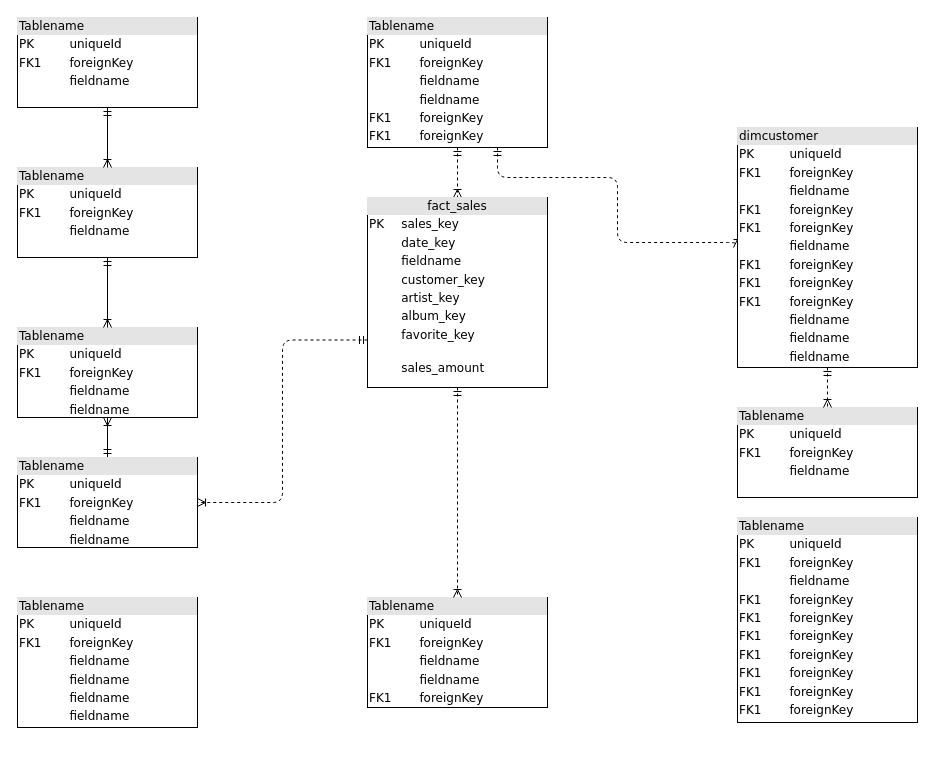
atinaanz/atina.schema keeps this draw.io diagram as Untitled Diagram.drawio. Above is the earlier version. Source tidied: cells renumbered, new cells numbered last; positions are measured from the earlier drawing's top-left corner, leaving out a move shared by most shapes. Both pictures are drawn from the tidied source at 100%, with x=0, y=0 at pixel (17, 17).
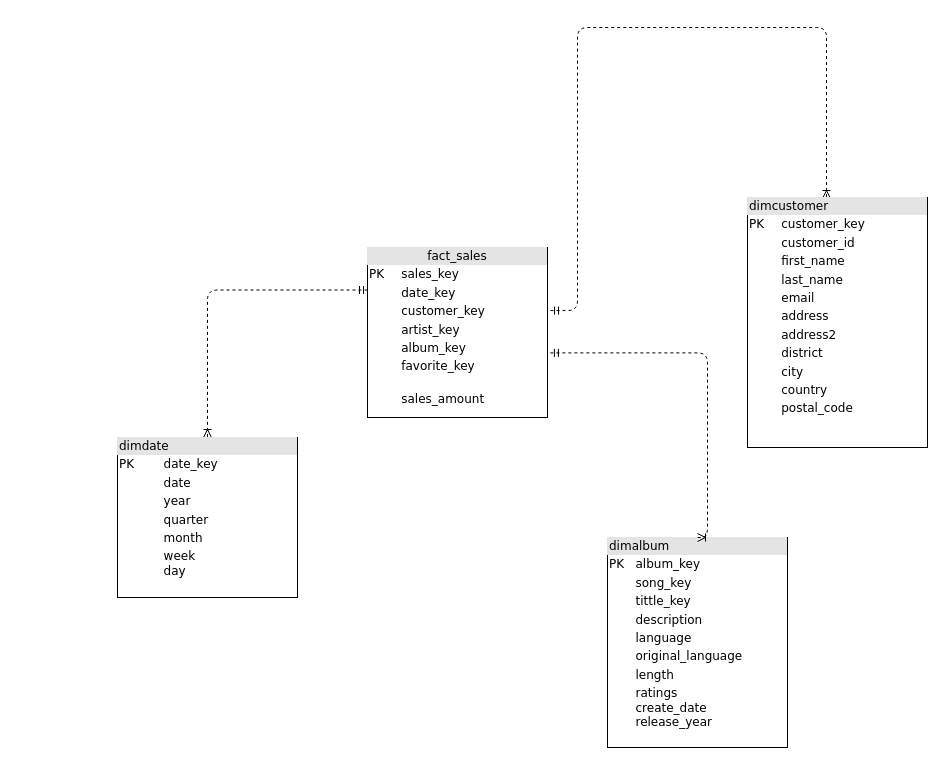
The same page after the edit.

What changed in the source:
```diff
@@
-    <mxCell id="2" value="&lt;div style=&quot;box-sizing:border-box;width:100%;background:#e4e4e4;padding:2px;&quot;&gt;Tablename&lt;/div&gt;&lt;table style=&quot;width:100%;font-size:1em;&quot; cellpadding=&quot;2&quot; cellspacing=&quot;0&quot;&gt;&lt;tr&gt;&lt;td&gt;PK&lt;/td&gt;&lt;td&gt;uniqueId&lt;/td&gt;&lt;/tr&gt;&lt;tr&gt;&lt;td&gt;FK1&lt;/td&gt;&lt;td&gt;foreignKey&lt;/td&gt;&lt;/tr&gt;&lt;tr&gt;&lt;td&gt;&lt;/td&gt;&lt;td&gt;fieldname&lt;/td&gt;&lt;/tr&gt;&lt;/table&gt;" style="verticalAlign=top;align=left;overflow=fill;html=1;rounded=0;shadow=0;comic=0;labelBackgroundColor=none;strokeWidth=1;fontFamily=Verdana;fontSize=12;" parent="1" vertex="1">
-      <mxGeometry width="180" height="90" as="geometry" />
-    </mxCell>
-    <mxCell id="3" style="edgeStyle=orthogonalEdgeStyle;html=1;entryX=0.5;entryY=0;dashed=1;labelBackgroundColor=none;startArrow=ERmandOne;endArrow=ERoneToMany;fontFamily=Verdana;fontSize=12;align=left;" parent="1" edge="1" source="5" target="15">
-      <mxGeometry relative="1" as="geometry" />
-    </mxCell>
-    <mxCell id="4" style="edgeStyle=orthogonalEdgeStyle;html=1;dashed=1;labelBackgroundColor=none;startArrow=ERmandOne;endArrow=ERoneToMany;fontFamily=Verdana;fontSize=12;align=left;entryX=0;entryY=0.5;" parent="1" edge="1" source="5" target="18">
+    <mxCell id="4" style="edgeStyle=orthogonalEdgeStyle;html=1;dashed=1;labelBackgroundColor=none;startArrow=ERmandOne;endArrow=ERoneToMany;fontFamily=Verdana;fontSize=12;align=left;exitX=1.017;exitY=0.371;exitDx=0;exitDy=0;exitPerimeter=0;entryX=0.439;entryY=0.004;entryDx=0;entryDy=0;entryPerimeter=0;" parent="1" edge="1" source="15" target="18">
       <mxGeometry relative="1" as="geometry">
         <Array as="points">
-          <mxPoint x="480" y="160" />
-          <mxPoint x="600" y="160" />
-          <mxPoint x="600" y="225" />
+          <mxPoint x="560" y="293" />
+          <mxPoint x="560" y="10" />
+          <mxPoint x="809" y="10" />
         </Array>
       </mxGeometry>
     </mxCell>
-    <mxCell id="5" value="&lt;div style=&quot;box-sizing: border-box ; width: 100% ; background: #e4e4e4 ; padding: 2px&quot;&gt;Tablename&lt;/div&gt;&lt;table style=&quot;width: 100% ; font-size: 1em&quot; cellpadding=&quot;2&quot; cellspacing=&quot;0&quot;&gt;&lt;tbody&gt;&lt;tr&gt;&lt;td&gt;PK&lt;/td&gt;&lt;td&gt;uniqueId&lt;/td&gt;&lt;/tr&gt;&lt;tr&gt;&lt;td&gt;FK1&lt;/td&gt;&lt;td&gt;foreignKey&lt;/td&gt;&lt;/tr&gt;&lt;tr&gt;&lt;td&gt;&lt;/td&gt;&lt;td&gt;fieldname&lt;/td&gt;&lt;/tr&gt;&lt;tr&gt;&lt;td&gt;&lt;br&gt;&lt;/td&gt;&lt;td&gt;fieldname&lt;br&gt;&lt;/td&gt;&lt;/tr&gt;&lt;tr&gt;&lt;td&gt;FK1&lt;br&gt;&lt;/td&gt;&lt;td&gt;foreignKey&lt;br&gt;&lt;/td&gt;&lt;/tr&gt;&lt;tr&gt;&lt;td&gt;FK1&lt;br&gt;&lt;/td&gt;&lt;td&gt;foreignKey&lt;br&gt;&lt;/td&gt;&lt;/tr&gt;&lt;/tbody&gt;&lt;/table&gt;" style="verticalAlign=top;align=left;overflow=fill;html=1;rounded=0;shadow=0;comic=0;labelBackgroundColor=none;strokeWidth=1;fontFamily=Verdana;fontSize=12;" parent="1" vertex="1">
-      <mxGeometry x="350" width="180" height="130" as="geometry" />
-    </mxCell>
-    <mxCell id="6" style="edgeStyle=orthogonalEdgeStyle;html=1;labelBackgroundColor=none;startArrow=ERmandOne;endArrow=ERoneToMany;fontFamily=Verdana;fontSize=12;align=left;" parent="1" edge="1" source="8" target="9">
-      <mxGeometry relative="1" as="geometry" />
-    </mxCell>
-    <mxCell id="7" style="edgeStyle=orthogonalEdgeStyle;html=1;exitX=0;exitY=0.75;entryX=1;entryY=0.5;dashed=1;labelBackgroundColor=none;startArrow=ERmandOne;endArrow=ERoneToMany;fontFamily=Verdana;fontSize=12;align=left;" parent="1" edge="1" source="15" target="8">
-      <mxGeometry relative="1" as="geometry" />
+    <mxCell id="7" style="edgeStyle=orthogonalEdgeStyle;html=1;exitX=0;exitY=0.25;entryX=0.5;entryY=0;dashed=1;labelBackgroundColor=none;startArrow=ERmandOne;endArrow=ERoneToMany;fontFamily=Verdana;fontSize=12;align=left;entryDx=0;entryDy=0;exitDx=0;exitDy=0;" parent="1" edge="1" source="15" target="19">
+      <mxGeometry relative="1" as="geometry">
+        <Array as="points">
+          <mxPoint x="190" y="272" />
+        </Array>
+      </mxGeometry>
     </mxCell>
-    <mxCell id="8" value="&lt;div style=&quot;box-sizing: border-box ; width: 100% ; background: #e4e4e4 ; padding: 2px&quot;&gt;Tablename&lt;/div&gt;&lt;table style=&quot;width: 100% ; font-size: 1em&quot; cellpadding=&quot;2&quot; cellspacing=&quot;0&quot;&gt;&lt;tbody&gt;&lt;tr&gt;&lt;td&gt;PK&lt;/td&gt;&lt;td&gt;uniqueId&lt;/td&gt;&lt;/tr&gt;&lt;tr&gt;&lt;td&gt;FK1&lt;/td&gt;&lt;td&gt;foreignKey&lt;/td&gt;&lt;/tr&gt;&lt;tr&gt;&lt;td&gt;&lt;/td&gt;&lt;td&gt;fieldname&lt;/td&gt;&lt;/tr&gt;&lt;tr&gt;&lt;td&gt;&lt;br&gt;&lt;/td&gt;&lt;td&gt;fieldname&lt;br&gt;&lt;/td&gt;&lt;/tr&gt;&lt;/tbody&gt;&lt;/table&gt;" style="verticalAlign=top;align=left;overflow=fill;html=1;rounded=0;shadow=0;comic=0;labelBackgroundColor=none;strokeWidth=1;fontFamily=Verdana;fontSize=12;" parent="1" vertex="1">
-      <mxGeometry y="440" width="180" height="90" as="geometry" />
-    </mxCell>
-    <mxCell id="9" value="&lt;div style=&quot;box-sizing: border-box ; width: 100% ; background: #e4e4e4 ; padding: 2px&quot;&gt;Tablename&lt;/div&gt;&lt;table style=&quot;width: 100% ; font-size: 1em&quot; cellpadding=&quot;2&quot; cellspacing=&quot;0&quot;&gt;&lt;tbody&gt;&lt;tr&gt;&lt;td&gt;PK&lt;/td&gt;&lt;td&gt;uniqueId&lt;/td&gt;&lt;/tr&gt;&lt;tr&gt;&lt;td&gt;FK1&lt;/td&gt;&lt;td&gt;foreignKey&lt;/td&gt;&lt;/tr&gt;&lt;tr&gt;&lt;td&gt;&lt;/td&gt;&lt;td&gt;fieldname&lt;/td&gt;&lt;/tr&gt;&lt;tr&gt;&lt;td&gt;&lt;br&gt;&lt;/td&gt;&lt;td&gt;fieldname&lt;br&gt;&lt;/td&gt;&lt;/tr&gt;&lt;/tbody&gt;&lt;/table&gt;" style="verticalAlign=top;align=left;overflow=fill;html=1;rounded=0;shadow=0;comic=0;labelBackgroundColor=none;strokeWidth=1;fontFamily=Verdana;fontSize=12;" parent="1" vertex="1">
-      <mxGeometry y="310" width="180" height="90" as="geometry" />
-    </mxCell>
-    <mxCell id="10" style="edgeStyle=orthogonalEdgeStyle;html=1;entryX=0.5;entryY=0;labelBackgroundColor=none;startArrow=ERmandOne;endArrow=ERoneToMany;fontFamily=Verdana;fontSize=12;align=left;" parent="1" edge="1" source="11" target="9">
-      <mxGeometry relative="1" as="geometry" />
-    </mxCell>
-    <mxCell id="11" value="&lt;div style=&quot;box-sizing:border-box;width:100%;background:#e4e4e4;padding:2px;&quot;&gt;Tablename&lt;/div&gt;&lt;table style=&quot;width:100%;font-size:1em;&quot; cellpadding=&quot;2&quot; cellspacing=&quot;0&quot;&gt;&lt;tr&gt;&lt;td&gt;PK&lt;/td&gt;&lt;td&gt;uniqueId&lt;/td&gt;&lt;/tr&gt;&lt;tr&gt;&lt;td&gt;FK1&lt;/td&gt;&lt;td&gt;foreignKey&lt;/td&gt;&lt;/tr&gt;&lt;tr&gt;&lt;td&gt;&lt;/td&gt;&lt;td&gt;fieldname&lt;/td&gt;&lt;/tr&gt;&lt;/table&gt;" style="verticalAlign=top;align=left;overflow=fill;html=1;rounded=0;shadow=0;comic=0;labelBackgroundColor=none;strokeWidth=1;fontFamily=Verdana;fontSize=12;" parent="1" vertex="1">
-      <mxGeometry y="150" width="180" height="90" as="geometry" />
-    </mxCell>
-    <mxCell id="12" value="&lt;div style=&quot;box-sizing: border-box ; width: 100% ; background: #e4e4e4 ; padding: 2px&quot;&gt;Tablename&lt;/div&gt;&lt;table style=&quot;width: 100% ; font-size: 1em&quot; cellpadding=&quot;2&quot; cellspacing=&quot;0&quot;&gt;&lt;tbody&gt;&lt;tr&gt;&lt;td&gt;PK&lt;/td&gt;&lt;td&gt;uniqueId&lt;/td&gt;&lt;/tr&gt;&lt;tr&gt;&lt;td&gt;FK1&lt;/td&gt;&lt;td&gt;foreignKey&lt;/td&gt;&lt;/tr&gt;&lt;tr&gt;&lt;td&gt;&lt;/td&gt;&lt;td&gt;fieldname&lt;/td&gt;&lt;/tr&gt;&lt;tr&gt;&lt;td&gt;FK1&lt;br&gt;&lt;/td&gt;&lt;td&gt;foreignKey&lt;br&gt;&lt;/td&gt;&lt;/tr&gt;&lt;tr&gt;&lt;td&gt;FK1&lt;br&gt;&lt;/td&gt;&lt;td&gt;foreignKey&lt;br&gt;&lt;/td&gt;&lt;/tr&gt;&lt;tr&gt;&lt;td&gt;FK1&lt;br&gt;&lt;/td&gt;&lt;td&gt;foreignKey&lt;br&gt;&lt;/td&gt;&lt;/tr&gt;&lt;tr&gt;&lt;td&gt;FK1&lt;br&gt;&lt;/td&gt;&lt;td&gt;foreignKey&lt;br&gt;&lt;/td&gt;&lt;/tr&gt;&lt;tr&gt;&lt;td&gt;FK1&lt;br&gt;&lt;/td&gt;&lt;td&gt;foreignKey&lt;br&gt;&lt;/td&gt;&lt;/tr&gt;&lt;tr&gt;&lt;td&gt;FK1&lt;br&gt;&lt;/td&gt;&lt;td&gt;foreignKey&lt;br&gt;&lt;/td&gt;&lt;/tr&gt;&lt;tr&gt;&lt;td&gt;FK1&lt;br&gt;&lt;/td&gt;&lt;td&gt;foreignKey&lt;br&gt;&lt;/td&gt;&lt;/tr&gt;&lt;/tbody&gt;&lt;/table&gt;" style="verticalAlign=top;align=left;overflow=fill;html=1;rounded=0;shadow=0;comic=0;labelBackgroundColor=none;strokeWidth=1;fontFamily=Verdana;fontSize=12;" parent="1" vertex="1">
-      <mxGeometry x="720" y="500" width="180" height="205" as="geometry" />
+    <mxCell id="12" value="&lt;div style=&quot;box-sizing: border-box ; width: 100% ; background: #e4e4e4 ; padding: 2px&quot;&gt;dimalbum&lt;/div&gt;&lt;table style=&quot;width: 100% ; font-size: 1em&quot; cellpadding=&quot;2&quot; cellspacing=&quot;0&quot;&gt;&lt;tbody&gt;&lt;tr&gt;&lt;td&gt;PK&lt;/td&gt;&lt;td&gt;album_key&lt;/td&gt;&lt;/tr&gt;&lt;tr&gt;&lt;td&gt;&lt;br&gt;&lt;/td&gt;&lt;td&gt;song_key&lt;br&gt;&lt;/td&gt;&lt;/tr&gt;&lt;tr&gt;&lt;td&gt;&lt;br&gt;&lt;/td&gt;&lt;td&gt;tittle_key&lt;/td&gt;&lt;/tr&gt;&lt;tr&gt;&lt;td&gt;&lt;br&gt;&lt;/td&gt;&lt;td&gt;description&lt;br&gt;&lt;/td&gt;&lt;/tr&gt;&lt;tr&gt;&lt;td&gt;&lt;br&gt;&lt;/td&gt;&lt;td&gt;language&lt;br&gt;&lt;/td&gt;&lt;/tr&gt;&lt;tr&gt;&lt;td&gt;&lt;br&gt;&lt;/td&gt;&lt;td&gt;original_language&lt;br&gt;&lt;/td&gt;&lt;/tr&gt;&lt;tr&gt;&lt;td&gt;&lt;br&gt;&lt;/td&gt;&lt;td&gt;length&lt;br&gt;&lt;/td&gt;&lt;/tr&gt;&lt;tr&gt;&lt;td&gt;&lt;br&gt;&lt;/td&gt;&lt;td&gt;ratings&lt;br&gt;create_date&lt;br&gt;release_year&lt;/td&gt;&lt;/tr&gt;&lt;/tbody&gt;&lt;/table&gt;" style="verticalAlign=top;align=left;overflow=fill;html=1;rounded=0;shadow=0;comic=0;labelBackgroundColor=none;strokeWidth=1;fontFamily=Verdana;fontSize=12;" parent="1" vertex="1">
+      <mxGeometry x="590" y="520" width="180" height="210" as="geometry" />
     </mxCell>
-    <mxCell id="13" value="&lt;div style=&quot;box-sizing: border-box ; width: 100% ; background: #e4e4e4 ; padding: 2px&quot;&gt;Tablename&lt;/div&gt;&lt;table style=&quot;width: 100% ; font-size: 1em&quot; cellpadding=&quot;2&quot; cellspacing=&quot;0&quot;&gt;&lt;tbody&gt;&lt;tr&gt;&lt;td&gt;PK&lt;/td&gt;&lt;td&gt;uniqueId&lt;/td&gt;&lt;/tr&gt;&lt;tr&gt;&lt;td&gt;FK1&lt;/td&gt;&lt;td&gt;foreignKey&lt;/td&gt;&lt;/tr&gt;&lt;tr&gt;&lt;td&gt;&lt;/td&gt;&lt;td&gt;fieldname&lt;/td&gt;&lt;/tr&gt;&lt;tr&gt;&lt;td&gt;&lt;br&gt;&lt;/td&gt;&lt;td&gt;fieldname&lt;br&gt;&lt;/td&gt;&lt;/tr&gt;&lt;tr&gt;&lt;td&gt;FK1&lt;br&gt;&lt;/td&gt;&lt;td&gt;foreignKey&lt;br&gt;&lt;/td&gt;&lt;/tr&gt;&lt;/tbody&gt;&lt;/table&gt;" style="verticalAlign=top;align=left;overflow=fill;html=1;rounded=0;shadow=0;comic=0;labelBackgroundColor=none;strokeWidth=1;fontFamily=Verdana;fontSize=12;" parent="1" vertex="1">
-      <mxGeometry x="350" y="580" width="180" height="110" as="geometry" />
-    </mxCell>
-    <mxCell id="14" style="edgeStyle=orthogonalEdgeStyle;html=1;entryX=0.5;entryY=0;labelBackgroundColor=none;startArrow=ERmandOne;endArrow=ERoneToMany;fontFamily=Verdana;fontSize=12;align=left;dashed=1;" parent="1" edge="1" source="15" target="13">
-      <mxGeometry relative="1" as="geometry">
-        <Array as="points">
-          <mxPoint x="440" y="530" />
-          <mxPoint x="440" y="530" />
-        </Array>
-      </mxGeometry>
-    </mxCell>
-    <mxCell id="15" value="&lt;div style=&quot;text-align: center; box-sizing: border-box; width: 100%; background: rgb(228, 228, 228); padding: 2px;&quot;&gt;fact_sales&lt;/div&gt;&lt;table style=&quot;width: 100% ; font-size: 1em&quot; cellpadding=&quot;2&quot; cellspacing=&quot;0&quot;&gt;&lt;tbody&gt;&lt;tr&gt;&lt;td&gt;PK&lt;/td&gt;&lt;td&gt;sales_key&lt;br&gt;&lt;/td&gt;&lt;/tr&gt;&lt;tr&gt;&lt;td&gt;&lt;br&gt;&lt;/td&gt;&lt;td&gt;date_key&lt;/td&gt;&lt;/tr&gt;&lt;tr&gt;&lt;td&gt;&lt;/td&gt;&lt;td&gt;fieldname&lt;/td&gt;&lt;/tr&gt;&lt;tr&gt;&lt;td&gt;&lt;br&gt;&lt;/td&gt;&lt;td&gt;customer_key&lt;br&gt;&lt;/td&gt;&lt;/tr&gt;&lt;tr&gt;&lt;td&gt;&lt;br&gt;&lt;/td&gt;&lt;td&gt;artist_key&lt;/td&gt;&lt;/tr&gt;&lt;tr&gt;&lt;td&gt;&lt;br&gt;&lt;/td&gt;&lt;td&gt;album_key&lt;/td&gt;&lt;/tr&gt;&lt;tr&gt;&lt;td&gt;&lt;br&gt;&lt;/td&gt;&lt;td&gt;favorite_key&lt;br&gt;&lt;/td&gt;&lt;/tr&gt;&lt;tr&gt;&lt;td&gt;&lt;br&gt;&lt;/td&gt;&lt;td&gt;&lt;br&gt;sales_amount&lt;/td&gt;&lt;/tr&gt;&lt;tr&gt;&lt;td&gt;&lt;/td&gt;&lt;td&gt;&lt;br&gt;&lt;/td&gt;&lt;/tr&gt;&lt;/tbody&gt;&lt;/table&gt;" style="verticalAlign=top;align=left;overflow=fill;html=1;rounded=0;shadow=0;comic=0;labelBackgroundColor=none;strokeWidth=1;fontFamily=Verdana;fontSize=12;" parent="1" vertex="1">
-      <mxGeometry x="350" y="180" width="180" height="190" as="geometry" />
+    <mxCell id="15" value="&lt;div style=&quot;text-align: center; box-sizing: border-box; width: 100%; background: rgb(228, 228, 228); padding: 2px;&quot;&gt;fact_sales&lt;/div&gt;&lt;table style=&quot;width: 100% ; font-size: 1em&quot; cellpadding=&quot;2&quot; cellspacing=&quot;0&quot;&gt;&lt;tbody&gt;&lt;tr&gt;&lt;td&gt;PK&lt;/td&gt;&lt;td&gt;sales_key&lt;br&gt;&lt;/td&gt;&lt;/tr&gt;&lt;tr&gt;&lt;td&gt;&lt;br&gt;&lt;/td&gt;&lt;td&gt;date_key&lt;/td&gt;&lt;/tr&gt;&lt;tr&gt;&lt;td&gt;&lt;br&gt;&lt;/td&gt;&lt;td&gt;customer_key&lt;br&gt;&lt;/td&gt;&lt;/tr&gt;&lt;tr&gt;&lt;td&gt;&lt;br&gt;&lt;/td&gt;&lt;td&gt;artist_key&lt;/td&gt;&lt;/tr&gt;&lt;tr&gt;&lt;td&gt;&lt;br&gt;&lt;/td&gt;&lt;td&gt;album_key&lt;/td&gt;&lt;/tr&gt;&lt;tr&gt;&lt;td&gt;&lt;br&gt;&lt;/td&gt;&lt;td&gt;favorite_key&lt;br&gt;&lt;/td&gt;&lt;/tr&gt;&lt;tr&gt;&lt;td&gt;&lt;br&gt;&lt;/td&gt;&lt;td&gt;&lt;br&gt;sales_amount&lt;/td&gt;&lt;/tr&gt;&lt;tr&gt;&lt;td&gt;&lt;/td&gt;&lt;td&gt;&lt;br&gt;&lt;/td&gt;&lt;/tr&gt;&lt;/tbody&gt;&lt;/table&gt;" style="verticalAlign=top;align=left;overflow=fill;html=1;rounded=0;shadow=0;comic=0;labelBackgroundColor=none;strokeWidth=1;fontFamily=Verdana;fontSize=12;" parent="1" vertex="1">
+      <mxGeometry x="350" y="230" width="180" height="170" as="geometry" />
     </mxCell>
-    <mxCell id="16" value="&lt;div style=&quot;box-sizing:border-box;width:100%;background:#e4e4e4;padding:2px;&quot;&gt;Tablename&lt;/div&gt;&lt;table style=&quot;width:100%;font-size:1em;&quot; cellpadding=&quot;2&quot; cellspacing=&quot;0&quot;&gt;&lt;tr&gt;&lt;td&gt;PK&lt;/td&gt;&lt;td&gt;uniqueId&lt;/td&gt;&lt;/tr&gt;&lt;tr&gt;&lt;td&gt;FK1&lt;/td&gt;&lt;td&gt;foreignKey&lt;/td&gt;&lt;/tr&gt;&lt;tr&gt;&lt;td&gt;&lt;/td&gt;&lt;td&gt;fieldname&lt;/td&gt;&lt;/tr&gt;&lt;/table&gt;" style="verticalAlign=top;align=left;overflow=fill;html=1;rounded=0;shadow=0;comic=0;labelBackgroundColor=none;strokeWidth=1;fontFamily=Verdana;fontSize=12;" parent="1" vertex="1">
-      <mxGeometry x="720" y="390" width="180" height="90" as="geometry" />
-    </mxCell>
-    <mxCell id="17" style="edgeStyle=orthogonalEdgeStyle;html=1;entryX=0.5;entryY=0;dashed=1;labelBackgroundColor=none;startArrow=ERmandOne;endArrow=ERoneToMany;fontFamily=Verdana;fontSize=12;align=left;" parent="1" edge="1" source="18" target="16">
-      <mxGeometry relative="1" as="geometry" />
-    </mxCell>
-    <mxCell id="18" value="&lt;div style=&quot;box-sizing: border-box ; width: 100% ; background: #e4e4e4 ; padding: 2px&quot;&gt;dimcustomer&lt;/div&gt;&lt;table style=&quot;width: 100% ; font-size: 1em&quot; cellpadding=&quot;2&quot; cellspacing=&quot;0&quot;&gt;&lt;tbody&gt;&lt;tr&gt;&lt;td&gt;PK&lt;/td&gt;&lt;td&gt;uniqueId&lt;/td&gt;&lt;/tr&gt;&lt;tr&gt;&lt;td&gt;FK1&lt;/td&gt;&lt;td&gt;foreignKey&lt;/td&gt;&lt;/tr&gt;&lt;tr&gt;&lt;td&gt;&lt;/td&gt;&lt;td&gt;fieldname&lt;/td&gt;&lt;/tr&gt;&lt;tr&gt;&lt;td&gt;FK1&lt;br&gt;&lt;/td&gt;&lt;td&gt;foreignKey&lt;br&gt;&lt;/td&gt;&lt;/tr&gt;&lt;tr&gt;&lt;td&gt;FK1&lt;br&gt;&lt;/td&gt;&lt;td&gt;foreignKey&lt;br&gt;&lt;/td&gt;&lt;/tr&gt;&lt;tr&gt;&lt;td&gt;&lt;br&gt;&lt;/td&gt;&lt;td&gt;fieldname&lt;br&gt;&lt;/td&gt;&lt;/tr&gt;&lt;tr&gt;&lt;td&gt;FK1&lt;br&gt;&lt;/td&gt;&lt;td&gt;foreignKey&lt;br&gt;&lt;/td&gt;&lt;/tr&gt;&lt;tr&gt;&lt;td&gt;FK1&lt;br&gt;&lt;/td&gt;&lt;td&gt;foreignKey&lt;br&gt;&lt;/td&gt;&lt;/tr&gt;&lt;tr&gt;&lt;td&gt;FK1&lt;br&gt;&lt;/td&gt;&lt;td&gt;foreignKey&lt;br&gt;&lt;/td&gt;&lt;/tr&gt;&lt;tr&gt;&lt;td&gt;&lt;br&gt;&lt;/td&gt;&lt;td&gt;fieldname&lt;br&gt;&lt;/td&gt;&lt;/tr&gt;&lt;tr&gt;&lt;td&gt;&lt;br&gt;&lt;/td&gt;&lt;td&gt;fieldname&lt;br&gt;&lt;/td&gt;&lt;/tr&gt;&lt;tr&gt;&lt;td&gt;&lt;br&gt;&lt;/td&gt;&lt;td&gt;fieldname&lt;br&gt;&lt;/td&gt;&lt;/tr&gt;&lt;/tbody&gt;&lt;/table&gt;" style="verticalAlign=top;align=left;overflow=fill;html=1;rounded=0;shadow=0;comic=0;labelBackgroundColor=none;strokeWidth=1;fontFamily=Verdana;fontSize=12;" parent="1" vertex="1">
-      <mxGeometry x="720" y="110" width="180" height="240" as="geometry" />
+    <mxCell id="18" value="&lt;div style=&quot;box-sizing: border-box ; width: 100% ; background: #e4e4e4 ; padding: 2px&quot;&gt;dimcustomer&lt;/div&gt;&lt;table style=&quot;width: 100% ; font-size: 1em&quot; cellpadding=&quot;2&quot; cellspacing=&quot;0&quot;&gt;&lt;tbody&gt;&lt;tr&gt;&lt;td&gt;PK&lt;/td&gt;&lt;td&gt;customer_key&lt;/td&gt;&lt;/tr&gt;&lt;tr&gt;&lt;td&gt;&lt;/td&gt;&lt;td&gt;customer_id&lt;/td&gt;&lt;/tr&gt;&lt;tr&gt;&lt;td&gt;&lt;br&gt;&lt;/td&gt;&lt;td&gt;first_name&lt;br&gt;&lt;/td&gt;&lt;/tr&gt;&lt;tr&gt;&lt;td&gt;&lt;br&gt;&lt;/td&gt;&lt;td&gt;last_name&lt;br&gt;&lt;/td&gt;&lt;/tr&gt;&lt;tr&gt;&lt;td&gt;&lt;br&gt;&lt;/td&gt;&lt;td&gt;email&lt;br&gt;&lt;/td&gt;&lt;/tr&gt;&lt;tr&gt;&lt;td&gt;&lt;br&gt;&lt;/td&gt;&lt;td&gt;address&lt;br&gt;&lt;/td&gt;&lt;/tr&gt;&lt;tr&gt;&lt;td&gt;&lt;br&gt;&lt;/td&gt;&lt;td&gt;address2&lt;br&gt;&lt;/td&gt;&lt;/tr&gt;&lt;tr&gt;&lt;td&gt;&lt;br&gt;&lt;/td&gt;&lt;td&gt;district&lt;br&gt;&lt;/td&gt;&lt;/tr&gt;&lt;tr&gt;&lt;td&gt;&lt;br&gt;&lt;/td&gt;&lt;td&gt;city&lt;br&gt;&lt;/td&gt;&lt;/tr&gt;&lt;tr&gt;&lt;td&gt;&lt;br&gt;&lt;/td&gt;&lt;td&gt;country&lt;br&gt;&lt;/td&gt;&lt;/tr&gt;&lt;tr&gt;&lt;td&gt;&lt;br&gt;&lt;/td&gt;&lt;td&gt;postal_code&lt;br&gt;&lt;br&gt;&lt;/td&gt;&lt;/tr&gt;&lt;/tbody&gt;&lt;/table&gt;" style="verticalAlign=top;align=left;overflow=fill;html=1;rounded=0;shadow=0;comic=0;labelBackgroundColor=none;strokeWidth=1;fontFamily=Verdana;fontSize=12;" parent="1" vertex="1">
+      <mxGeometry x="730" y="180" width="180" height="250" as="geometry" />
     </mxCell>
-    <mxCell id="19" value="&lt;div style=&quot;box-sizing: border-box ; width: 100% ; background: #e4e4e4 ; padding: 2px&quot;&gt;Tablename&lt;/div&gt;&lt;table style=&quot;width: 100% ; font-size: 1em&quot; cellpadding=&quot;2&quot; cellspacing=&quot;0&quot;&gt;&lt;tbody&gt;&lt;tr&gt;&lt;td&gt;PK&lt;/td&gt;&lt;td&gt;uniqueId&lt;/td&gt;&lt;/tr&gt;&lt;tr&gt;&lt;td&gt;FK1&lt;/td&gt;&lt;td&gt;foreignKey&lt;/td&gt;&lt;/tr&gt;&lt;tr&gt;&lt;td&gt;&lt;/td&gt;&lt;td&gt;fieldname&lt;/td&gt;&lt;/tr&gt;&lt;tr&gt;&lt;td&gt;&lt;br&gt;&lt;/td&gt;&lt;td&gt;fieldname&lt;br&gt;&lt;/td&gt;&lt;/tr&gt;&lt;tr&gt;&lt;td&gt;&lt;br&gt;&lt;/td&gt;&lt;td&gt;fieldname&lt;br&gt;&lt;/td&gt;&lt;/tr&gt;&lt;tr&gt;&lt;td&gt;&lt;br&gt;&lt;/td&gt;&lt;td&gt;fieldname&lt;br&gt;&lt;/td&gt;&lt;/tr&gt;&lt;/tbody&gt;&lt;/table&gt;" style="verticalAlign=top;align=left;overflow=fill;html=1;rounded=0;shadow=0;comic=0;labelBackgroundColor=none;strokeWidth=1;fontFamily=Verdana;fontSize=12;" parent="1" vertex="1">
-      <mxGeometry y="580" width="180" height="130" as="geometry" />
+    <mxCell id="19" value="&lt;div style=&quot;box-sizing: border-box ; width: 100% ; background: #e4e4e4 ; padding: 2px&quot;&gt;dimdate&lt;/div&gt;&lt;table style=&quot;width: 100% ; font-size: 1em&quot; cellpadding=&quot;2&quot; cellspacing=&quot;0&quot;&gt;&lt;tbody&gt;&lt;tr&gt;&lt;td&gt;PK&lt;/td&gt;&lt;td&gt;date_key&lt;/td&gt;&lt;/tr&gt;&lt;tr&gt;&lt;td&gt;&lt;br&gt;&lt;/td&gt;&lt;td&gt;date&lt;/td&gt;&lt;/tr&gt;&lt;tr&gt;&lt;td&gt;&lt;/td&gt;&lt;td&gt;year&lt;/td&gt;&lt;/tr&gt;&lt;tr&gt;&lt;td&gt;&lt;br&gt;&lt;/td&gt;&lt;td&gt;quarter&lt;br&gt;&lt;/td&gt;&lt;/tr&gt;&lt;tr&gt;&lt;td&gt;&lt;br&gt;&lt;/td&gt;&lt;td&gt;month&lt;br&gt;&lt;/td&gt;&lt;/tr&gt;&lt;tr&gt;&lt;td&gt;&lt;br&gt;&lt;/td&gt;&lt;td&gt;week&lt;br&gt;day&lt;br&gt;&lt;/td&gt;&lt;/tr&gt;&lt;/tbody&gt;&lt;/table&gt;" style="verticalAlign=top;align=left;overflow=fill;html=1;rounded=0;shadow=0;comic=0;labelBackgroundColor=none;strokeWidth=1;fontFamily=Verdana;fontSize=12;" parent="1" vertex="1">
+      <mxGeometry x="100" y="420" width="180" height="160" as="geometry" />
     </mxCell>
-    <mxCell id="20" style="edgeStyle=orthogonalEdgeStyle;html=1;endArrow=ERoneToMany;startArrow=ERmandOne;labelBackgroundColor=none;fontFamily=Verdana;fontSize=12;align=left;exitX=0.5;exitY=1;entryX=0.5;entryY=0;" parent="1" edge="1" source="2" target="11">
-      <mxGeometry relative="1" as="geometry" />
-    </mxCell>
+    <mxCell id="21" style="edgeStyle=orthogonalEdgeStyle;html=1;dashed=1;labelBackgroundColor=none;startArrow=ERmandOne;endArrow=ERoneToMany;fontFamily=Verdana;fontSize=12;align=left;exitX=1.016;exitY=0.62;exitDx=0;exitDy=0;exitPerimeter=0;entryX=0.5;entryY=0;entryDx=0;entryDy=0;" parent="1" edge="1" source="15" target="12">
+      <mxGeometry relative="1" as="geometry">
+        <Array as="points">
+          <mxPoint x="690" y="335" />
+          <mxPoint x="690" y="520" />
+        </Array>
+      </mxGeometry>
+    </mxCell>
```
